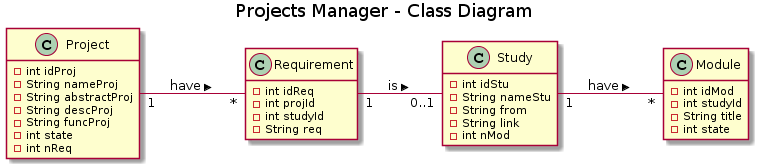
The PlantUML diagram docs/ClassDiagram.png in rafael-ribeiro1/projects-manager, before a commit.
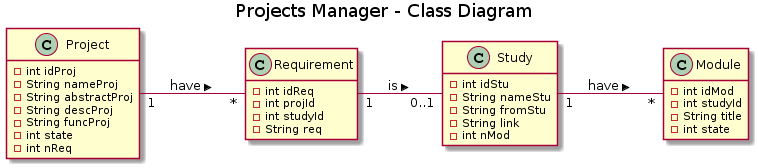
Above is the later version.

Commit message:
Database class (creation)

The edit, as a diff of the source:
```diff
@@ -16,7 +16,7 @@
 class Study {
     -int idStu
     -String nameStu
-    -String from
+    -String fromStu
     -String link
     -int nMod
 }
```
